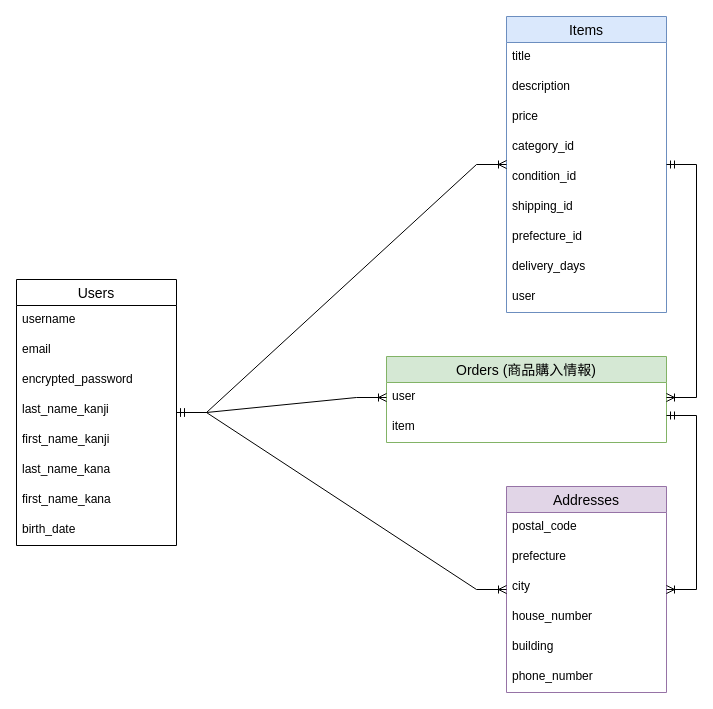
The draw.io diagram test.dio in IP-C/furima-39441-d, before the edit. Source tidied: cells renumbered, new cells numbered last; positions are measured from the earlier drawing's top-left corner, leaving out a move shared by most shapes. Both pictures are drawn from the tidied source at 100%, with x=0, y=0 at pixel (16, 16).
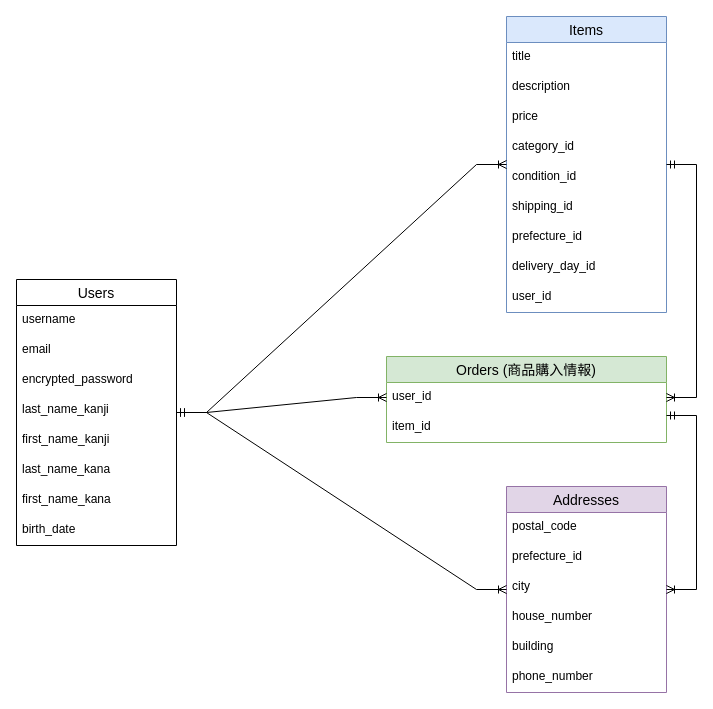
After the change.

The change refers to these unchanged cells:
```xml
<mxCell id="11" value="Items" style="swimlane;fontStyle=0;horizontal=1;startSize=26;align=center;fontSize=14;fillColor=#dae8fc;strokeColor=#6c8ebf;" parent="1" vertex="1">
  <mxGeometry x="490" width="160" height="296" as="geometry" />
</mxCell>
<mxCell id="21" value="Orders (商品購入情報)" style="swimlane;fontStyle=0;horizontal=1;startSize=26;align=center;fontSize=14;fillColor=#d5e8d4;strokeColor=#82b366;" parent="1" vertex="1">
  <mxGeometry x="370" y="340" width="280" height="86" as="geometry" />
</mxCell>
<mxCell id="24" value="Addresses" style="swimlane;fontStyle=0;horizontal=1;startSize=26;align=center;fontSize=14;fontFamily=Helvetica;fillColor=#e1d5e7;strokeColor=#9673a6;" parent="1" vertex="1">
  <mxGeometry x="490" y="470" width="160" height="206" as="geometry" />
</mxCell>
```

Change to the diagram source:
```diff
@@
-    <mxCell id="19" value="delivery_days" style="text;strokeColor=none;fillColor=none;spacingLeft=4;spacingRight=4;overflow=hidden;fontSize=12;fontFamily=Helvetica;fontColor=default;" parent="11" vertex="1">
+    <mxCell id="19" value="delivery_day_id" style="text;strokeColor=none;fillColor=none;spacingLeft=4;spacingRight=4;overflow=hidden;fontSize=12;fontFamily=Helvetica;fontColor=default;" parent="11" vertex="1">
       <mxGeometry y="236" width="160" height="30" as="geometry" />
     </mxCell>
-    <mxCell id="20" value="user" style="text;strokeColor=none;fillColor=none;spacingLeft=4;spacingRight=4;overflow=hidden;fontSize=12;" parent="11" vertex="1">
+    <mxCell id="20" value="user_id" style="text;strokeColor=none;fillColor=none;spacingLeft=4;spacingRight=4;overflow=hidden;fontSize=12;" parent="11" vertex="1">
       <mxGeometry y="266" width="160" height="30" as="geometry" />
     </mxCell>
@@
-    <mxCell id="22" value="user" style="text;strokeColor=none;fillColor=none;spacingLeft=4;spacingRight=4;overflow=hidden;points=[[0,0.5],[1,0.5]];portConstraint=eastwest;fontSize=12;" parent="21" vertex="1">
+    <mxCell id="22" value="user_id" style="text;strokeColor=none;fillColor=none;spacingLeft=4;spacingRight=4;overflow=hidden;points=[[0,0.5],[1,0.5]];portConstraint=eastwest;fontSize=12;" parent="21" vertex="1">
       <mxGeometry y="26" width="280" height="30" as="geometry" />
     </mxCell>
-    <mxCell id="23" value="item" style="text;strokeColor=none;fillColor=none;spacingLeft=4;spacingRight=4;overflow=hidden;points=[[0,0.5],[1,0.5]];portConstraint=eastwest;fontSize=12;" parent="21" vertex="1">
+    <mxCell id="23" value="item_id" style="text;strokeColor=none;fillColor=none;spacingLeft=4;spacingRight=4;overflow=hidden;points=[[0,0.5],[1,0.5]];portConstraint=eastwest;fontSize=12;" parent="21" vertex="1">
       <mxGeometry y="56" width="280" height="30" as="geometry" />
     </mxCell>
@@
-    <mxCell id="26" value="prefecture" style="text;strokeColor=none;fillColor=none;spacingLeft=4;spacingRight=4;overflow=hidden;fontSize=12;fontFamily=Helvetica;fontColor=default;" parent="24" vertex="1">
+    <mxCell id="26" value="prefecture_id" style="text;strokeColor=none;fillColor=none;spacingLeft=4;spacingRight=4;overflow=hidden;fontSize=12;fontFamily=Helvetica;fontColor=default;" parent="24" vertex="1">
       <mxGeometry y="56" width="160" height="30" as="geometry" />
     </mxCell>
```
